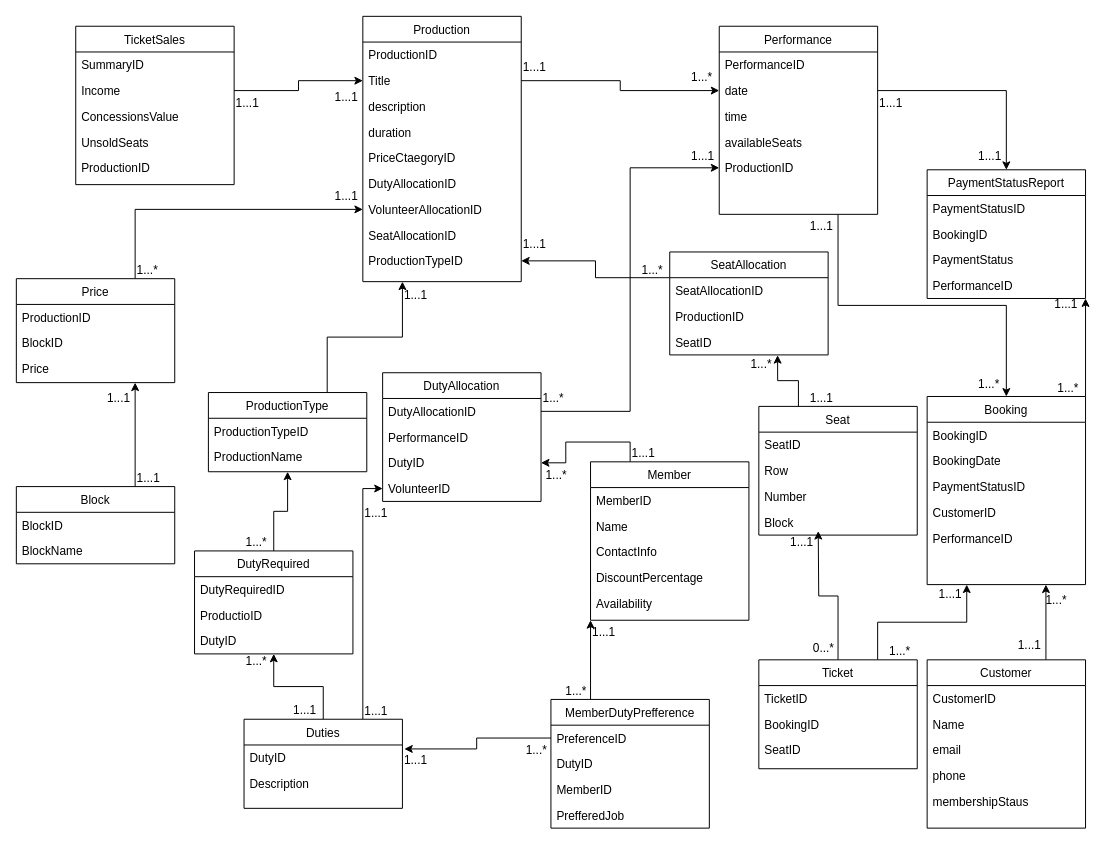
Before: Untitled Diagram.drawio in iamheetp/ecomstore, a draw.io diagram. Source tidied: cells renumbered, new cells numbered last; positions are measured from the earlier drawing's top-left corner, leaving out a move shared by most shapes. Both pictures are drawn from the tidied source at 99%, with x=0, y=0 at pixel (16, 16).
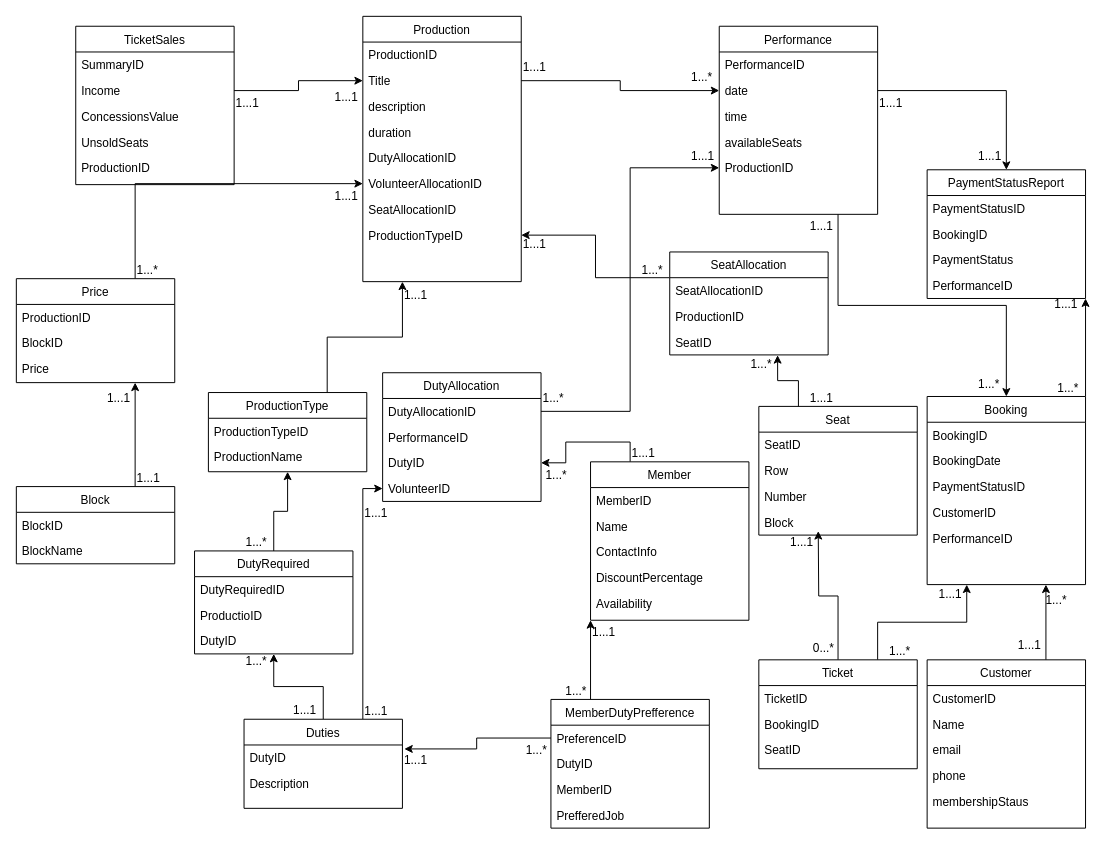
The same diagram, later.

Unchanged cells that the change refers to:
```xml
<mxCell id="14" value="Production" style="swimlane;fontStyle=0;align=center;verticalAlign=top;horizontal=1;startSize=26;rounded=0;shadow=0;strokeWidth=1;" parent="1" vertex="1">
  <mxGeometry x="350" width="160" height="268" as="geometry" />
</mxCell>
```

Diff of the diagram source:
```diff
@@
-    <mxCell id="19" value="PriceCtaegoryID" style="text;align=left;verticalAlign=top;spacingLeft=4;spacingRight=4;overflow=hidden;rounded=0;shadow=0;html=0;" parent="14" vertex="1">
-      <mxGeometry y="130" width="160" height="26" as="geometry" />
-    </mxCell>
     <mxCell id="20" value="DutyAllocationID" style="text;align=left;verticalAlign=top;spacingLeft=4;spacingRight=4;overflow=hidden;rounded=0;shadow=0;html=0;" parent="14" vertex="1">
-      <mxGeometry y="156" width="160" height="26" as="geometry" />
+      <mxGeometry y="130" width="160" height="26" as="geometry" />
     </mxCell>
     <mxCell id="21" value="VolunteerAllocationID" style="text;align=left;verticalAlign=top;spacingLeft=4;spacingRight=4;overflow=hidden;points=[[0,0.5],[1,0.5]];portConstraint=eastwest;rounded=0;shadow=0;html=0;" parent="14" vertex="1">
-      <mxGeometry y="182" width="160" height="26" as="geometry" />
+      <mxGeometry y="156" width="160" height="26" as="geometry" />
     </mxCell>
     <mxCell id="22" value="SeatAllocationID" style="text;align=left;verticalAlign=top;spacingLeft=4;spacingRight=4;overflow=hidden;rounded=0;shadow=0;html=0;" parent="14" vertex="1">
-      <mxGeometry y="208" width="160" height="26" as="geometry" />
+      <mxGeometry y="182" width="160" height="26" as="geometry" />
     </mxCell>
     <mxCell id="23" value="ProductionTypeID" style="text;align=left;verticalAlign=top;spacingLeft=4;spacingRight=4;overflow=hidden;points=[[0,0.5],[1,0.5]];portConstraint=eastwest;rounded=0;shadow=0;html=0;" parent="14" vertex="1">
-      <mxGeometry y="234" width="160" height="26" as="geometry" />
+      <mxGeometry y="208" width="160" height="26" as="geometry" />
     </mxCell>
```
